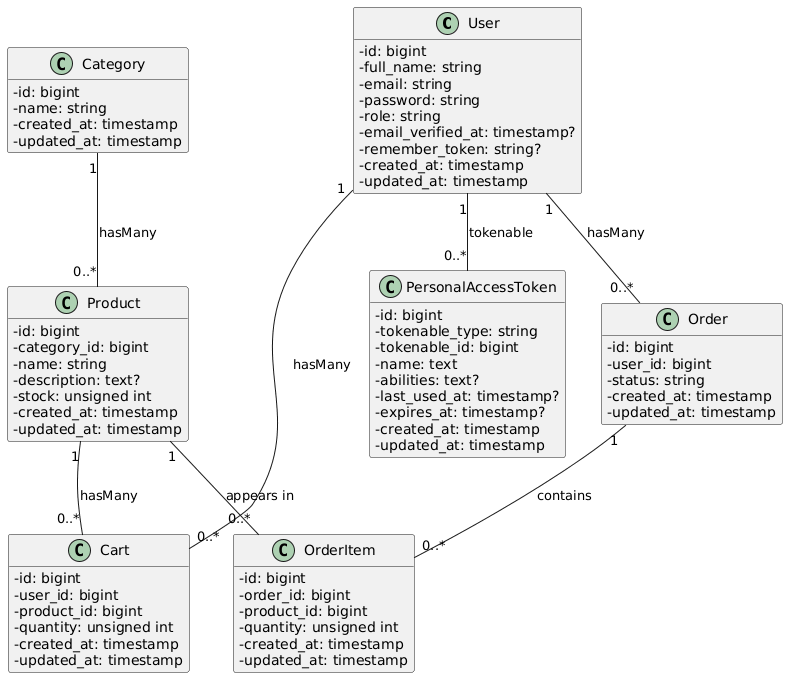
elgmouriabderrahim/EcoShop keeps this PlantUML diagram as diagrams/class diagram.png. Above is the earlier version.
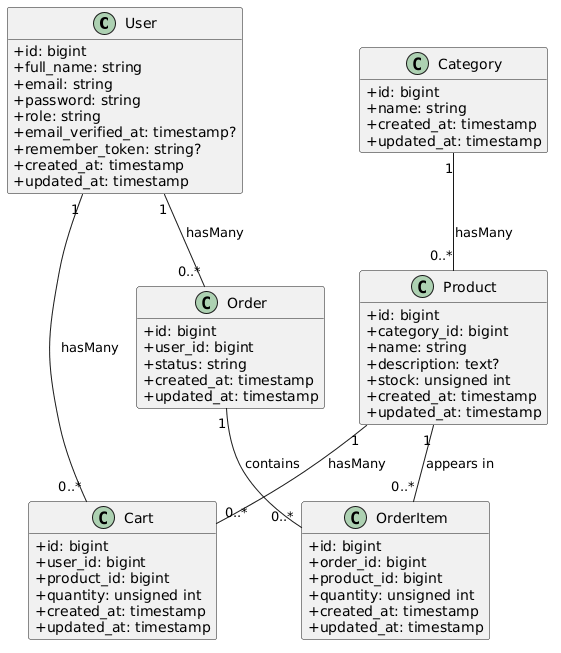
The same diagram one commit later.

Commit message:
fix class diagram

Diff of the diagram source:
```diff
@@ -4,74 +4,62 @@
 skinparam classAttributeIconSize 0
 
 class User {
-	-id: bigint
-	-full_name: string
-	-email: string
-	-password: string
-	-role: string
-	-email_verified_at: timestamp?
-	-remember_token: string?
-	-created_at: timestamp
-	-updated_at: timestamp
+	+id: bigint
+	+full_name: string
+	+email: string
+	+password: string
+	+role: string
+	+email_verified_at: timestamp?
+	+remember_token: string?
+	+created_at: timestamp
+	+updated_at: timestamp
 }
 
-class PersonalAccessToken {
-	-id: bigint
-	-tokenable_type: string
-	-tokenable_id: bigint
-	-name: text
-	-token: string(64)
-	-abilities: text?
-	-last_used_at: timestamp?
-	-expires_at: timestamp?
-	-created_at: timestamp
-	-updated_at: timestamp
-}
 
 class Category {
-	-id: bigint
-	-name: string
-	-created_at: timestamp
-	-updated_at: timestamp
+	+id: bigint
+	+name: string
+	+created_at: timestamp
+	+updated_at: timestamp
 }
 
 class Product {
-	-id: bigint
-	-category_id: bigint
-	-name: string
-	-description: text?
-	-price: decimal(10,2)
-	-stock: unsigned int
-	-created_at: timestamp
-	-updated_at: timestamp
+	+id: bigint
+	+category_id: bigint
+	+name: string
+	+description: text?
+	+price: decimal(10,2)
+	+stock: unsigned int
+	+created_at: timestamp
+	+updated_at: timestamp
 }
 
 class Cart {
-	-id: bigint
-	-user_id: bigint
-	-product_id: bigint
-	-quantity: unsigned int
-	-created_at: timestamp
-	-updated_at: timestamp
+	+id: bigint
+	+user_id: bigint
+	+product_id: bigint
+	+quantity: unsigned int
+	+created_at: timestamp
+	+updated_at: timestamp
 }
 
 class Order {
-	-id: bigint
-	-user_id: bigint
-	-status: string
-	-total_amount: decimal(12,2)
-	-created_at: timestamp
-	-updated_at: timestamp
+	+id: bigint
+	+user_id: bigint
+	+status: string
+	+total_amount: decimal(12,2)
+	+created_at: timestamp
+	+updated_at: timestamp
 }
 
 class OrderItem {
-	-id: bigint
-	-order_id: bigint
-	-product_id: bigint
-	-quantity: unsigned int
-	-unit_price: decimal(10,2)
-	-created_at: timestamp
-	-updated_at: timestamp
+	+id: bigint
+	+order_id: bigint
+	+product_id: bigint
+	+quantity: unsigned int
+	+unit_price: decimal(10,2)
+	+created_at: timestamp
+	+updated_at: timestamp
 }
 
 User "1" -- "0..*" Cart : hasMany
@@ -82,6 +70,4 @@
 
 Order "1" -- "0..*" OrderItem : contains
 Product "1" -- "0..*" OrderItem : appears in
-
-User "1" -- "0..*" PersonalAccessToken : tokenable
 @enduml
```
